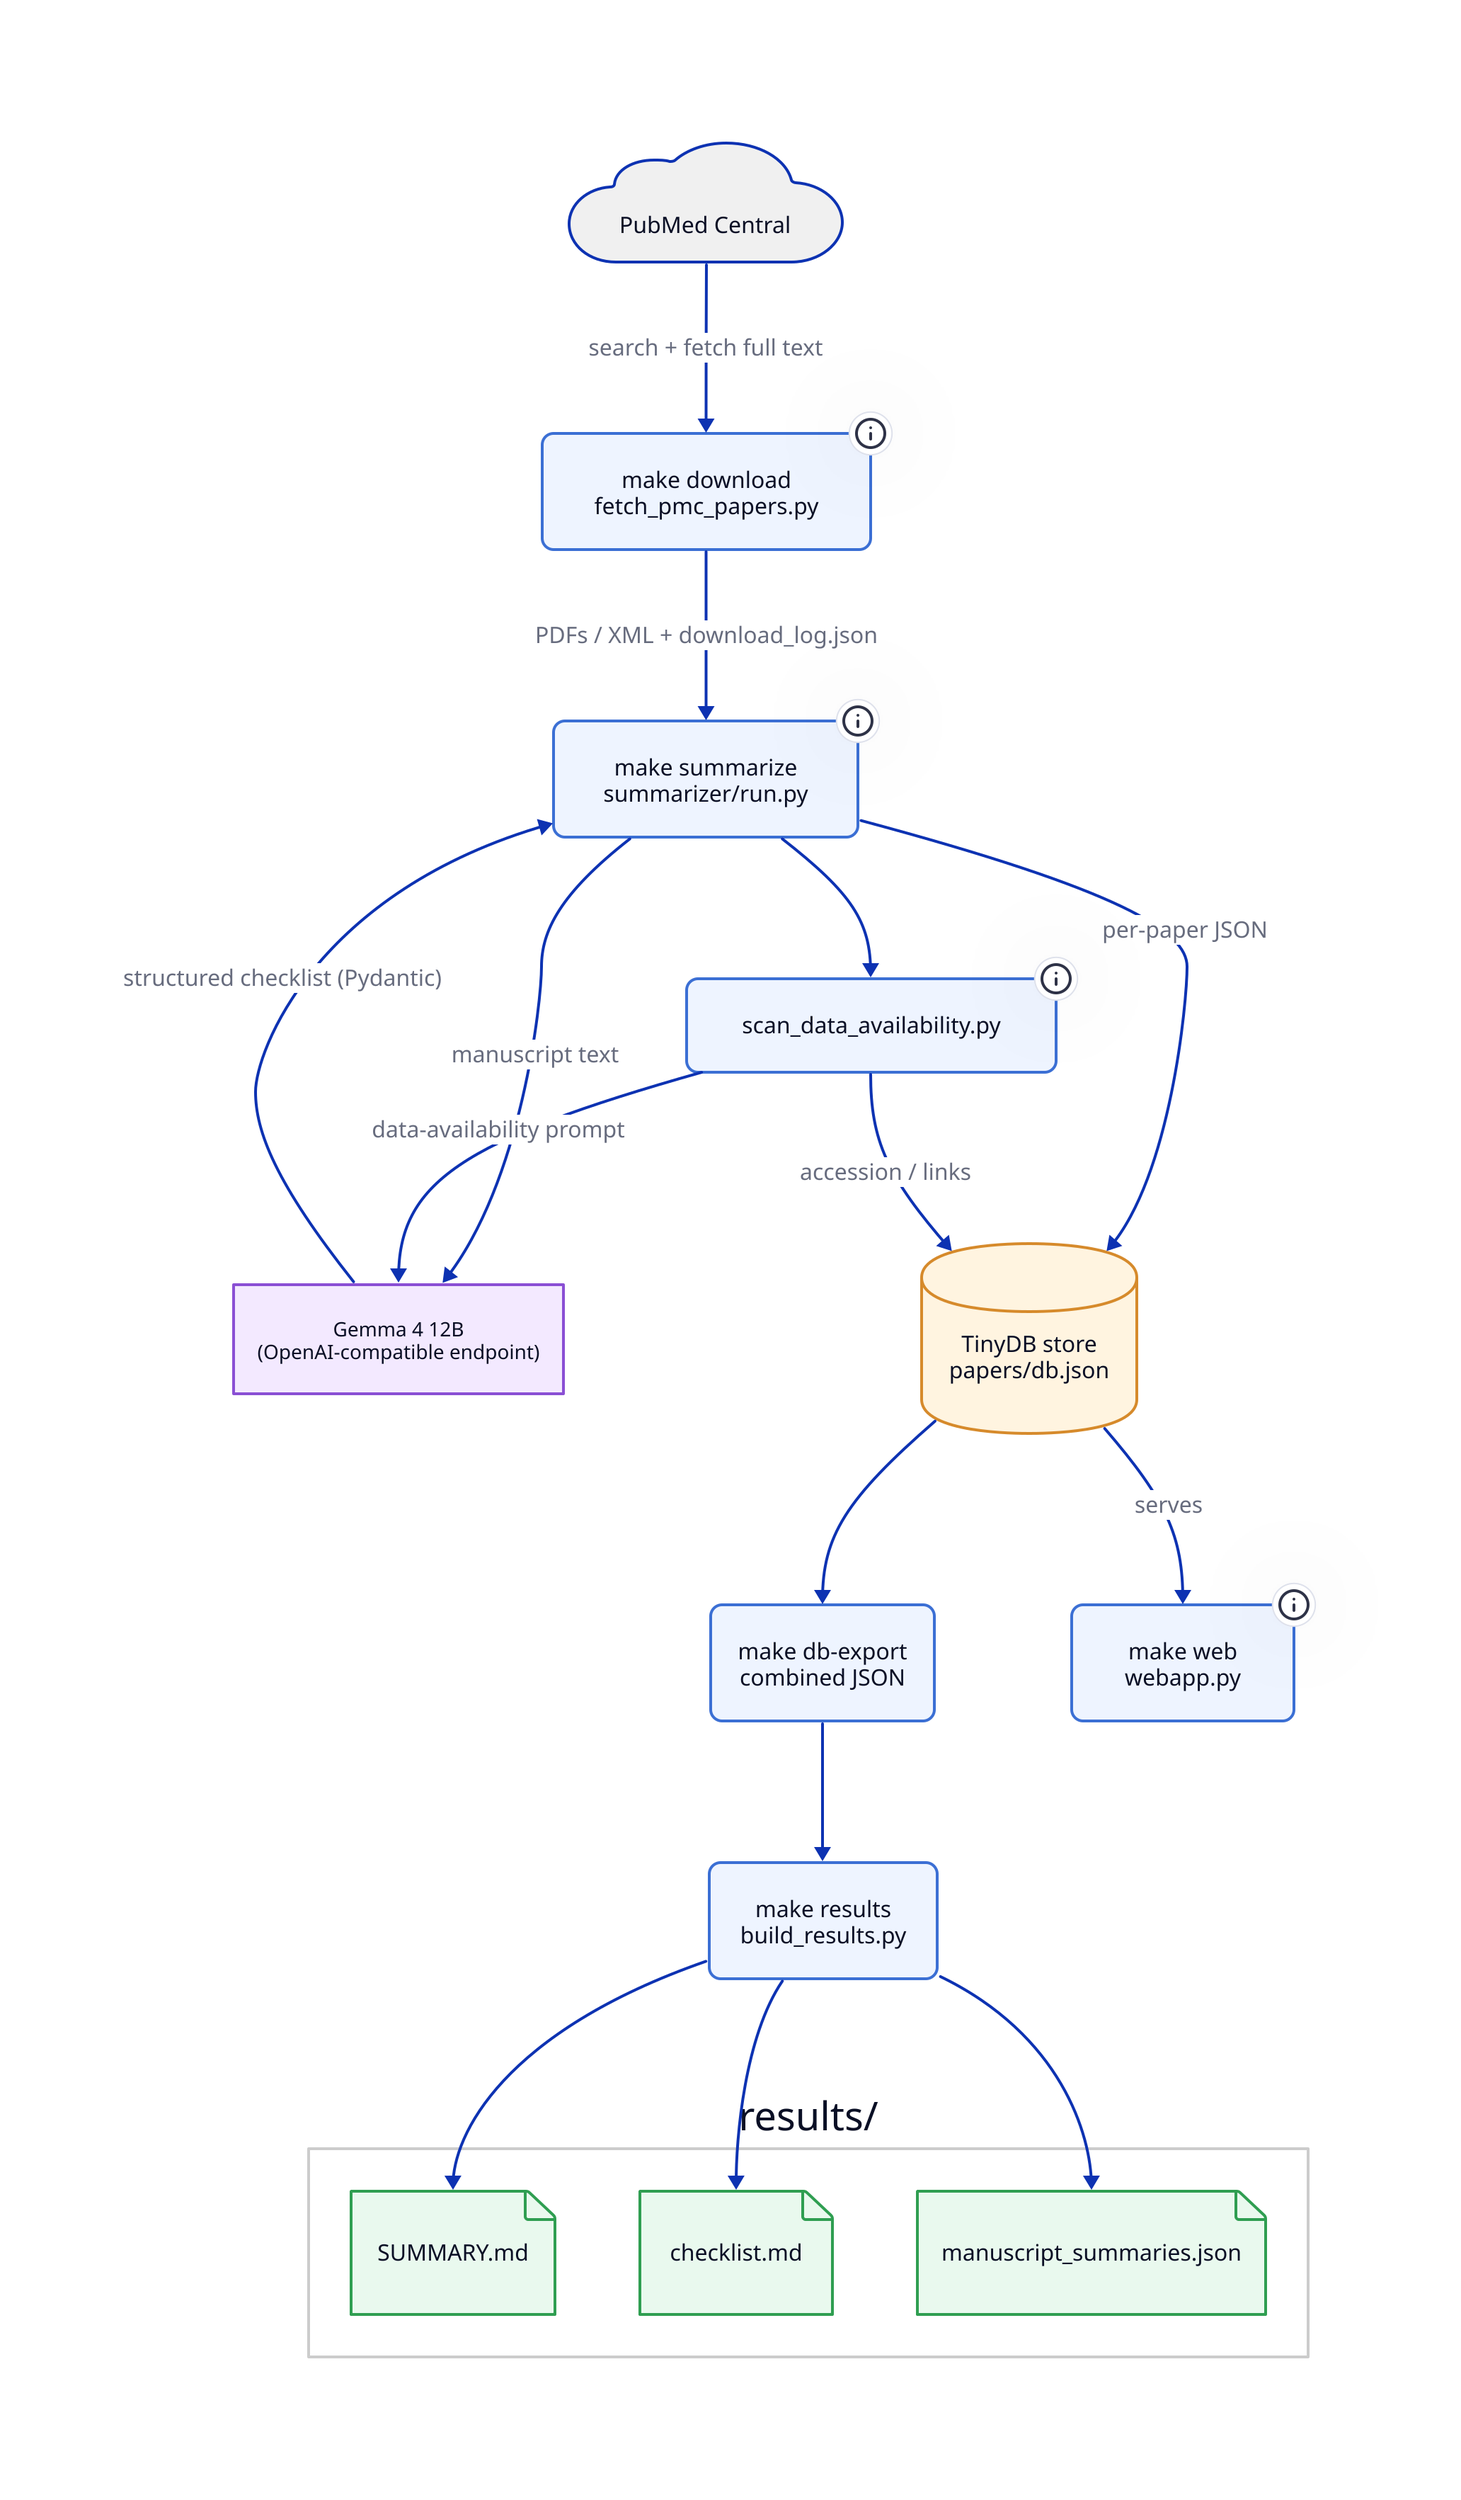
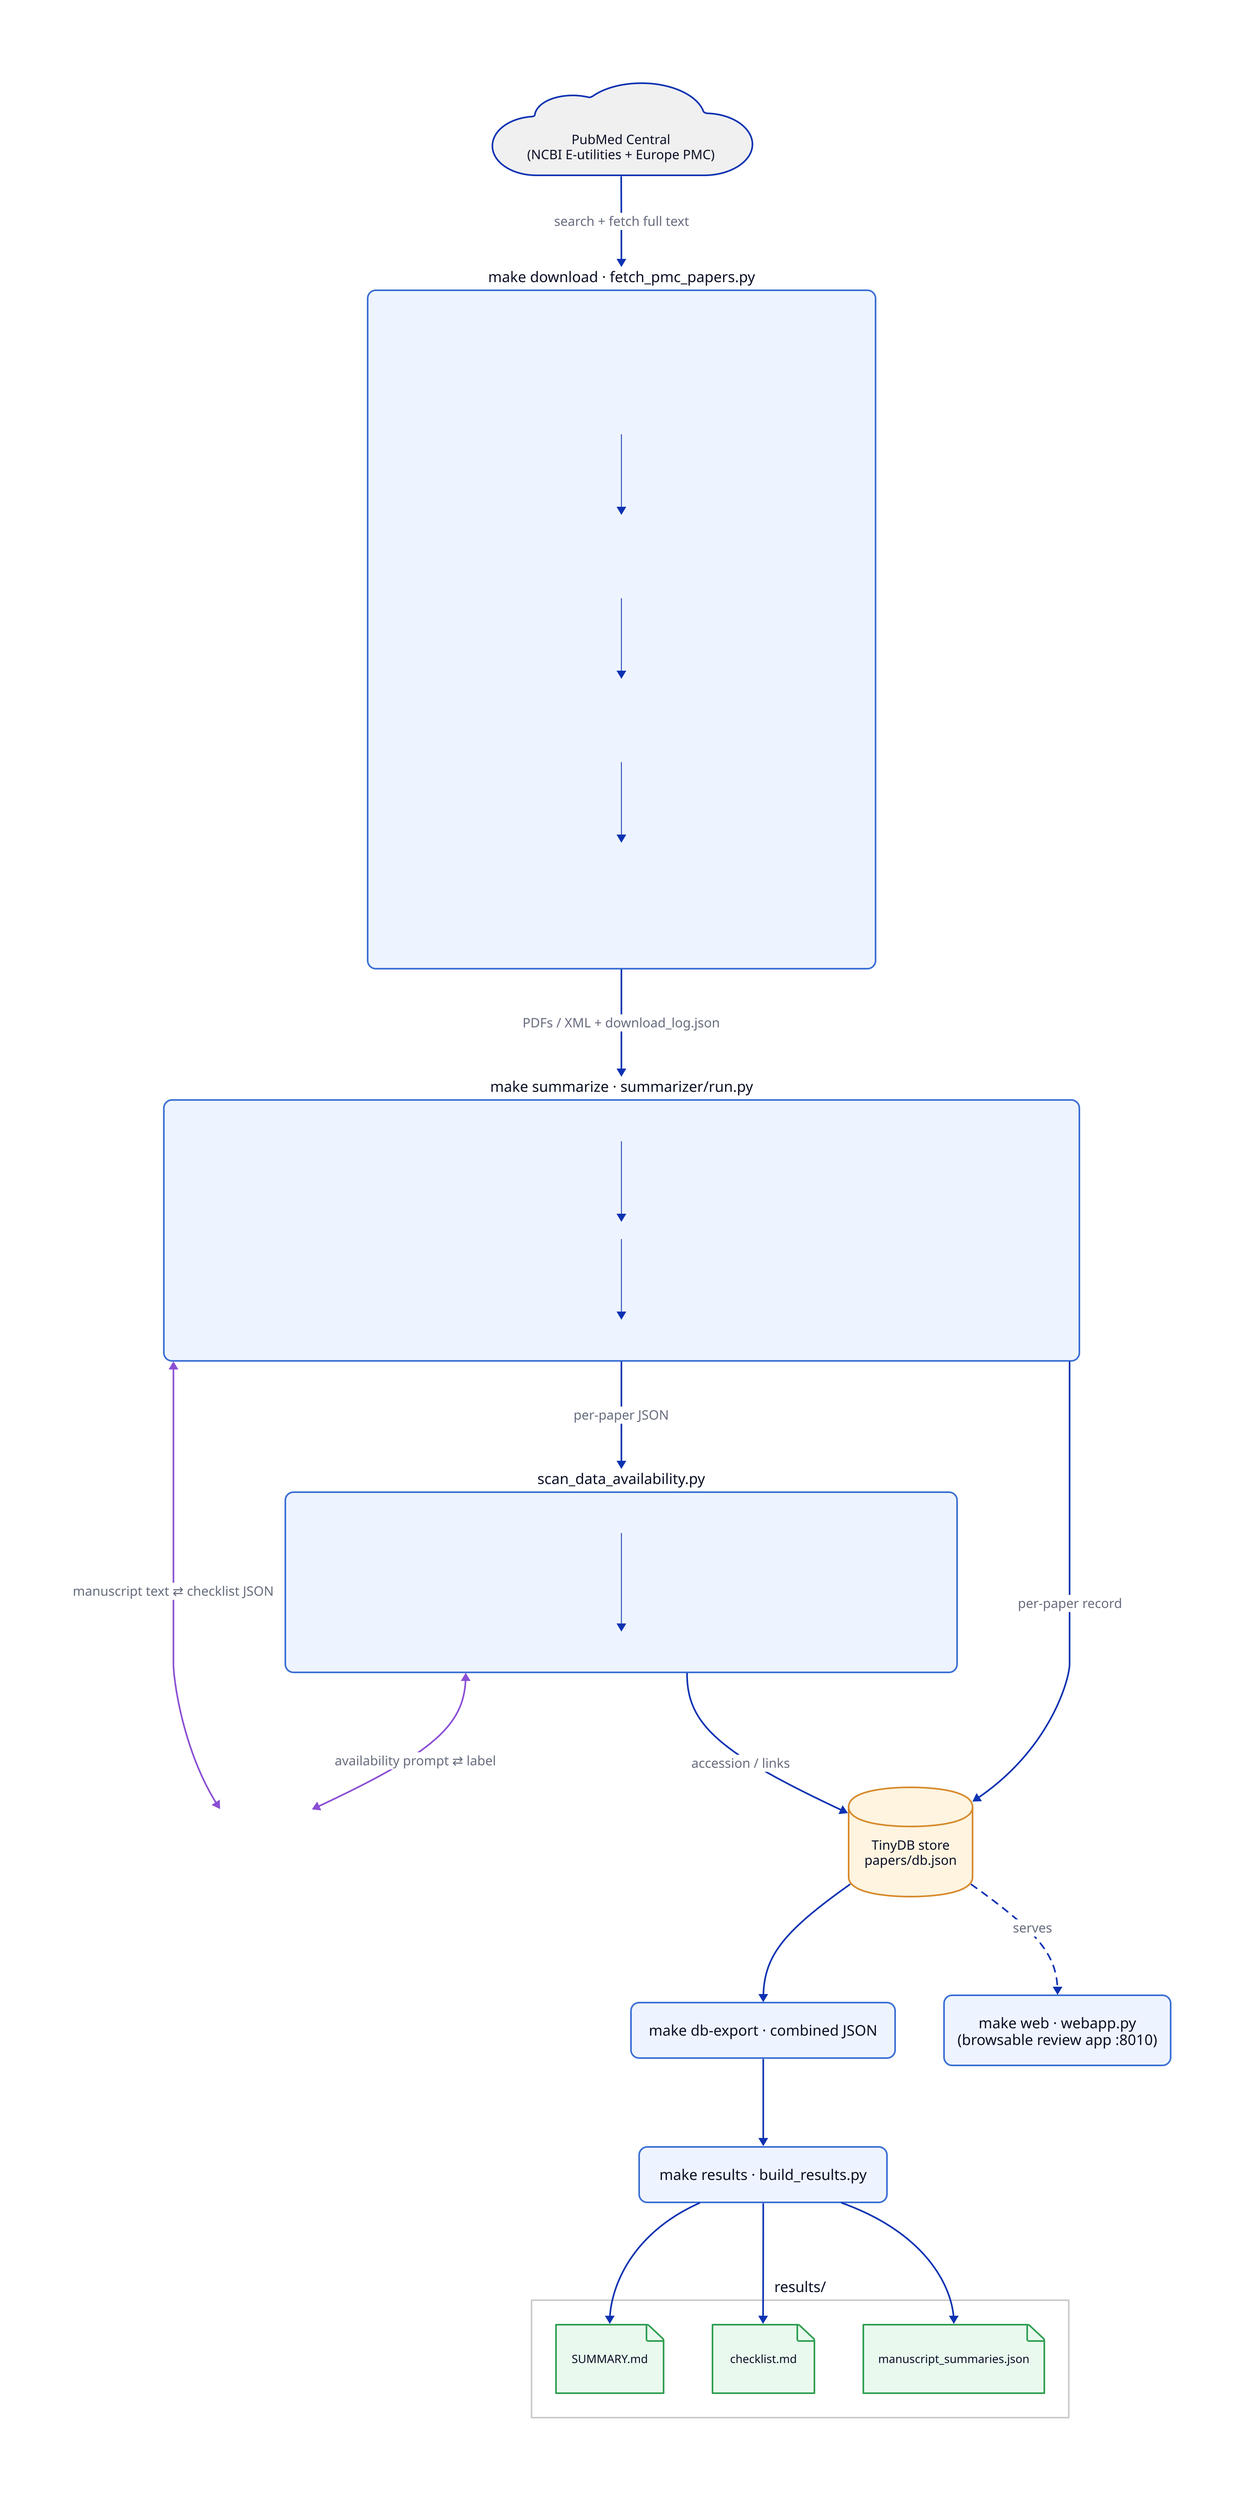
- ## Pediatric Exposome / EWAS Literature Pipeline
- ## Rendered:  d2 docs/pipeline.d2 docs/pipeline.svg
+ ## Pediatric Exposome / EWAS Literature Pipeline — detailed
+ ## Render:  d2 docs/pipeline.d2 docs/pipeline.svg

direction: down

classes: {
  stage: {
-     shape: rectangle
    style: {
-       border-radius: 8
+       border-radius: 10
      fill: "#eef4ff"
      stroke: "#3b6fd4"
      stroke-width: 2
-       font-size: 16
+       font-size: 18
+     }
+   }
+   detail: {
+     style: {
+       fill: "#f7faff"
+       stroke: "#9db8e6"
+       stroke-width: 1
+       font-size: 13
    }
  }
  store: {
    shape: cylinder
-     style: {
-       fill: "#fff4e0"
-       stroke: "#d68a2b"
-       stroke-width: 2
-     }
+     style: { fill: "#fff4e0"; stroke: "#d68a2b"; stroke-width: 2; font-size: 16 }
  }
  output: {
    shape: page
-     style: {
-       fill: "#e9f9ee"
-       stroke: "#2f9e51"
-       stroke-width: 2
-     }
+     style: { fill: "#e9f9ee"; stroke: "#2f9e51"; stroke-width: 2; font-size: 14 }
  }
  llm: {
-     style: {
-       fill: "#f3e9ff"
-       stroke: "#8a4fd4"
-       stroke-width: 2
-       font-size: 14
-     }
+     style: { fill: "#f3e9ff"; stroke: "#8a4fd4"; stroke-width: 2; font-size: 16 }
  }
}

- pubmed: PubMed Central {
+ pubmed: PubMed Central\n(NCBI E-utilities + Europe PMC) {
  shape: cloud
  style.fill: "#f0f0f0"
+   style.font-size: 16
}

- download: "make download\nfetch_pmc_papers.py" {
+ gemma: |md
+   ## 🤖 Gemma 4 12B
+   OpenAI-compatible endpoint
+   `llm.bioinfolder.com/v1`
+ | { class: llm }
+ 
+ # ─────────────────────────── STAGE 1: DOWNLOAD ───────────────────────────
+ download: make download  ·  fetch_pmc_papers.py {
  class: stage
-   tooltip: Incremental PMC fetcher — skips what is already on disk
+   q: |md
+     **① Search — 20 tiered queries**
+     - T1 EWAS / exposome-wide
+     - T2 EHR + environmental exposure
+     - T3 geospatial / deprivation index
+     - T4 birth-cohort / linked data
+     - T5 vaccine *as exposure*
+     _all terms [Title/Abstract] · pediatric constraint AND-ed in · retmax 200_
+   | { class: detail }
+ 
+   f: |md
+     **② Query filters (NOT …)**
+     - Review / Congress / Erratum pub-types
+     - systematic · meta-analysis · protocol · bibliometric
+     - adult-only guard: dementia · Alzheimer · menopause · older adults
+   | { class: detail }
+ 
+   p: |md
+     **③ Post-fetch title screen**
+     - drop reviews / commentary / editorial
+     - drop epigenome-wide (methylation · CpG · histone)
+     - drop conference abstracts (P-1234, conf-only journals)
+   | { class: detail }
+ 
+   r: |md
+     **④ Full-text resolver (fallback chain)**
+     1. NCBI OA direct PDF
+     2. OA tar.gz → largest non-supplementary PDF
+     3. Europe PMC PDF
+     4. Europe PMC JATS XML
+     _validate: %PDF magic / JATS `<body>` > 2000 chars — abstract-only discarded_
+   | { class: detail }
+ 
+   q -> f -> p -> r: { style.stroke-width: 1 }
}

- summarize: "make summarize\nsummarizer/run.py" {
+ # ─────────────────────────── STAGE 2: SUMMARIZE ──────────────────────────
+ summarize: make summarize  ·  summarizer/run.py {
  class: stage
-   tooltip: Chunked, resume-only, concurrent (--workers)
+   e: |md
+     **extract text** — PDF (pypdf) · JATS XML · plain text
+   | { class: detail }
+   s: |md
+     **Pydantic `ManuscriptChecklist`**
+     ehr_used + evidence · summary · key_findings ·
+     captured_features · pathologies · study_design ·
+     exposure_domain · population · limitations · confidence
+   | { class: detail }
+   m: |md
+     single-shot → **chunked recovery** on failure ·
+     concurrent `--workers` · resume-only (skips cached)
+   | { class: detail }
+   e -> s -> m: { style.stroke-width: 1 }
}

- scan: "scan_data_availability.py" {
+ # ─────────────────────────── STAGE 3: SCAN ───────────────────────────────
+ scan: scan_data_availability.py {
  class: stage
-   tooltip: Extracts accession numbers / repository links
- }
- 
- gemma: Gemma 4 12B\n(OpenAI-compatible endpoint) {
-   class: llm
+   l: |md
+     **LLM classify** data_availability →
+     public-repository · available-upon-request ·
+     in-house · supplementary-only · not-stated
+   | { class: detail }
+   x: |md
+     **regex safety net** (harvests dropped accessions)
+     dbGaP phs · GEO GSE · ENA/SRA PRJ ·
+     Zenodo · GitHub · figshare · Dryad · ArrayExpress
+   | { class: detail }
+   l -> x: { style.stroke-width: 1 }
}

db: TinyDB store\npapers/db.json {
  class: store
}

- export: "make db-export\ncombined JSON" {
-   class: stage
- }
+ export: make db-export  ·  combined JSON { class: stage }
+ results: make results  ·  build_results.py { class: stage }

- results: "make results\nbuild_results.py" {
-   class: stage
- }
- 
- out: {
+ out: results/ {
  style.fill: transparent
  style.stroke: "#cccccc"
-   label: results/
+   style.font-size: 18
  SUMMARY: SUMMARY.md { class: output }
  checklist: checklist.md { class: output }
  combined: manuscript_summaries.json { class: output }
}

- web: "make web\nwebapp.py" {
-   class: stage
-   tooltip: Browsable review app on localhost:8010
- }
+ web: make web  ·  webapp.py\n(browsable review app :8010) { class: stage }

- pubmed -> download: search + fetch full text
- download -> summarize: PDFs / XML + download_log.json
- summarize -> gemma: manuscript text
- gemma -> summarize: structured checklist (Pydantic)
- summarize -> db: per-paper JSON
- summarize -> scan
- scan -> gemma: data-availability prompt
- scan -> db: accession / links
- db -> export
- export -> results
+ # ── data flow ──
+ pubmed -> download: "search + fetch full text" { style.stroke-width: 2 }
+ download -> summarize: "PDFs / XML + download_log.json" { style.stroke-width: 2 }
+ summarize <-> gemma: "manuscript text ⇄ checklist JSON" { style.stroke: "#8a4fd4" }
+ summarize -> scan: "per-paper JSON" { style.stroke-width: 2 }
+ scan <-> gemma: "availability prompt ⇄ label" { style.stroke: "#8a4fd4" }
+ summarize -> db: "per-paper record" { style.stroke-width: 2 }
+ scan -> db: "accession / links" { style.stroke-width: 2 }
+ db -> export -> results { style.stroke-width: 2 }
results -> out.SUMMARY
results -> out.checklist
results -> out.combined
- db -> web: serves
+ db -> web: "serves" { style.stroke-dash: 4 }
